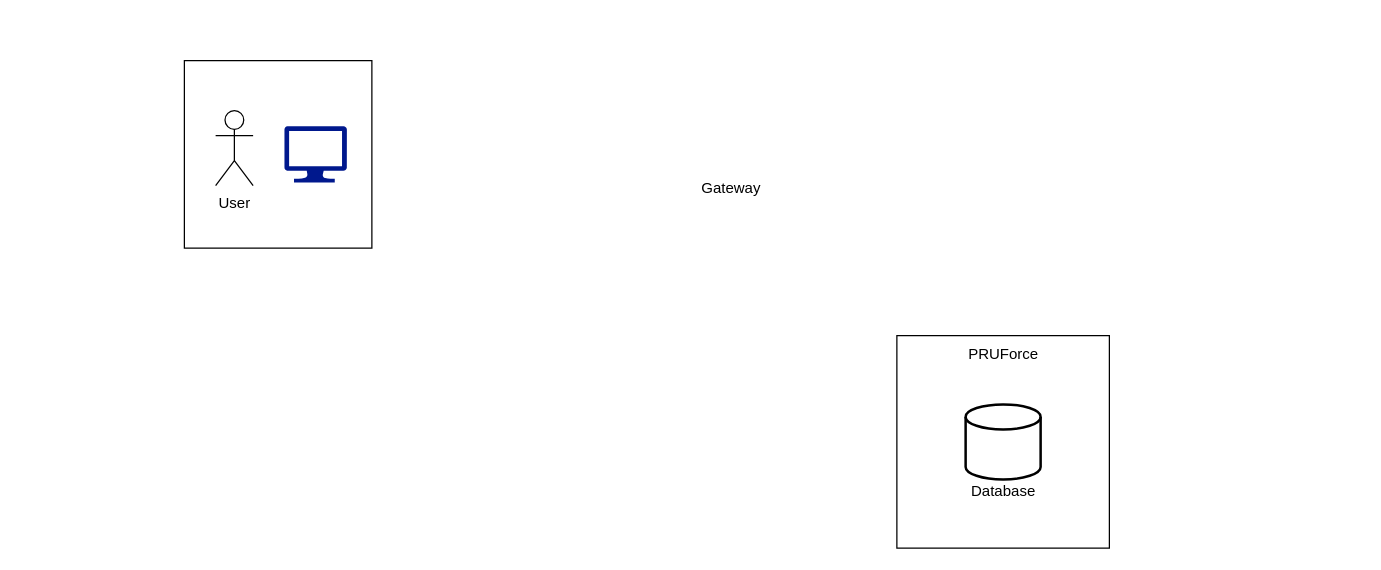
sovanminea/pru keeps this draw.io diagram as Untitled Diagram.drawio. Above is the earlier version. Source tidied: cells renumbered, new cells numbered last; positions are measured from the earlier drawing's top-left corner, leaving out a move shared by most shapes. Both pictures are drawn from the tidied source at 125%, with x=0, y=0 at pixel (184, 60). Pictures stored in the file or linked from it are replaced by grey dashed boxes.
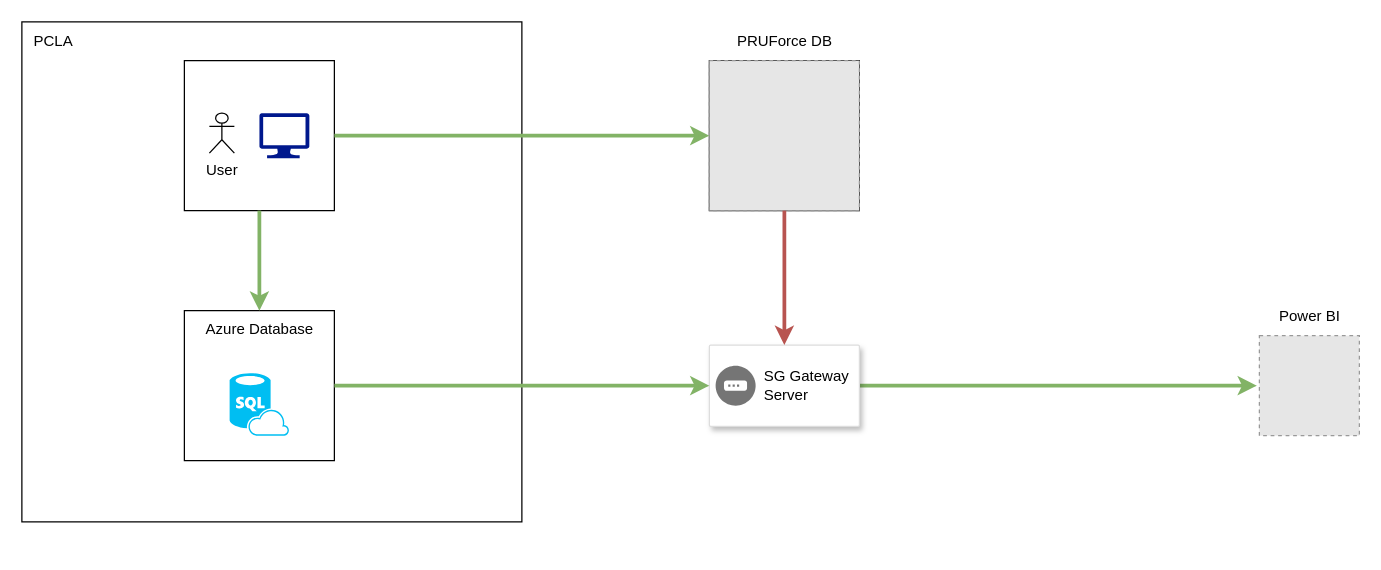
The same page after the edit.

The edit, as a diff of the source:
```diff
@@
-    <mxCell id="2" style="group;" parent="1" vertex="1">
-      <mxGeometry x="570" y="220" width="170" height="170" as="geometry" />
-    </mxCell>
-    <mxCell id="3" style="whiteSpace=wrap;html=1;" parent="2" vertex="1">
-      <mxGeometry width="170" height="170" as="geometry" />
-    </mxCell>
-    <mxCell id="4" style="strokeWidth=2;html=1;shape=mxgraph.flowchart.database;whiteSpace=wrap;" parent="2" vertex="1">
-      <mxGeometry x="55" y="55" width="60" height="60" as="geometry" />
-    </mxCell>
-    <mxCell id="5" value="PRUForce" style="text;html=1;align=center;verticalAlign=middle;strokeColor=none;fillColor=none;" parent="2" vertex="1">
-      <mxGeometry x="45" width="80" height="30" as="geometry" />
-    </mxCell>
-    <mxCell id="6" value="Database" style="text;html=1;align=center;verticalAlign=middle;strokeColor=none;fillColor=none;" parent="2" vertex="1">
-      <mxGeometry x="50" y="110" width="70" height="30" as="geometry" />
-    </mxCell>
+    <mxCell id="13" style="whiteSpace=wrap;html=1;sketch=0;fillColor=none;" parent="1" vertex="1">
+      <mxGeometry x="-130" y="-31" width="400" height="400" as="geometry" />
+    </mxCell>
-    <mxCell id="7" style="group;" parent="1" vertex="1">
-      <mxGeometry width="150" height="150" as="geometry" />
+    <mxCell id="7" style="group;fillColor=#FFFFFF;" parent="1" vertex="1">
+      <mxGeometry width="120" height="120" as="geometry" />
     </mxCell>
     <mxCell id="8" style="whiteSpace=wrap;html=1;fillColor=none;" parent="7" vertex="1">
-      <mxGeometry width="150" height="150" as="geometry" />
+      <mxGeometry width="120" height="120" as="geometry" />
     </mxCell>
     <mxCell id="9" value="User" style="shape=umlActor;verticalLabelPosition=bottom;verticalAlign=top;html=1;" parent="7" vertex="1">
-      <mxGeometry x="25" y="40" width="30" height="60" as="geometry" />
+      <mxGeometry x="20" y="42" width="20" height="32" as="geometry" />
     </mxCell>
     <mxCell id="10" style="sketch=0;shadow=0;dashed=0;html=1;strokeColor=none;labelPosition=center;verticalLabelPosition=bottom;verticalAlign=top;align=center;fillColor=#00188D;shape=mxgraph.azure.computer;" parent="7" vertex="1">
-      <mxGeometry x="80" y="52.5" width="50" height="45" as="geometry" />
+      <mxGeometry x="60" y="42" width="40" height="36" as="geometry" />
     </mxCell>
-    <mxCell id="11" style="strokeColor=#dddddd;shadow=1;strokeWidth=1;rounded=1;absoluteArcSize=1;arcSize=2;glass=0;sketch=0;fillStyle=cross-hatch;fillColor=#FFF4C3;opacity=0;" parent="1" vertex="1">
-      <mxGeometry x="370" y="80" width="100" height="44" as="geometry" />
-    </mxCell>
-    <mxCell id="12" value="Gateway" style="sketch=0;dashed=0;html=1;fillColor=#757575;strokeColor=none;shape=mxgraph.gcp2.gateway;labelPosition=right;verticalLabelPosition=middle;align=left;verticalAlign=middle;spacingLeft=5;fontSize=12;rounded=0;shadow=0;glass=0;fillStyle=cross-hatch;strokeWidth=5;opacity=0;" parent="11" vertex="1">
-      <mxGeometry y="0.5" width="32" height="32" relative="1" as="geometry">
-        <mxPoint x="5" y="-16" as="offset" />
-      </mxGeometry>
-    </mxCell>
+    <mxCell id="14" style="edgeStyle=orthogonalEdgeStyle;rounded=0;jettySize=auto;html=1;entryX=-0.025;entryY=0.5;entryDx=0;entryDy=0;entryPerimeter=0;fillColor=#d5e8d4;strokeColor=#82b366;strokeWidth=3;" parent="1" edge="1" source="15" target="18">
+      <mxGeometry relative="1" as="geometry" />
+    </mxCell>
+    <mxCell id="15" style="strokeColor=#dddddd;shadow=1;strokeWidth=1;rounded=1;absoluteArcSize=1;arcSize=2;" parent="1" vertex="1">
+      <mxGeometry x="420" y="227.5" width="120" height="65" as="geometry" />
+    </mxCell>
+    <mxCell id="16" value="SG Gateway&lt;br&gt;Server" style="sketch=0;dashed=0;html=1;fillColor=#757575;strokeColor=none;shape=mxgraph.gcp2.gateway;labelPosition=right;verticalLabelPosition=middle;align=left;verticalAlign=middle;spacingLeft=5;fontSize=12;" parent="15" vertex="1">
+      <mxGeometry y="0.5" width="32" height="32" relative="1" as="geometry">
+        <mxPoint x="5" y="-16" as="offset" />
+      </mxGeometry>
+    </mxCell>
+    <mxCell id="17" style="group;" parent="1" vertex="1">
+      <mxGeometry x="860" y="190" width="80" height="110" as="geometry" />
+    </mxCell>
+    <mxCell id="18" style="fillColor=#E6E6E6;strokeColor=#999999;dashed=1;verticalLabelPosition=bottom;labelBackgroundColor=default;verticalAlign=top;" parent="17" vertex="1">
+      <mxGeometry y="30" width="80" height="80" as="geometry" />
+    </mxCell>
+    <mxCell id="19" value="Power BI" style="text;html=1;align=center;verticalAlign=middle;strokeColor=none;fillColor=none;" parent="17" vertex="1">
+      <mxGeometry x="5" width="70" height="30" as="geometry" />
+    </mxCell>
+    <mxCell id="20" value="PCLA" style="text;html=1;align=center;verticalAlign=middle;strokeColor=none;fillColor=none;" parent="1" vertex="1">
+      <mxGeometry x="-130" y="-30" width="50" height="30" as="geometry" />
+    </mxCell>
+    <mxCell id="21" style="group;fontStyle=1;" parent="1" vertex="1">
+      <mxGeometry y="200" width="120" height="120" as="geometry" />
+    </mxCell>
+    <mxCell id="22" style="whiteSpace=wrap;html=1;sketch=0;fillColor=none;" parent="21" vertex="1">
+      <mxGeometry width="120" height="120" as="geometry" />
+    </mxCell>
+    <mxCell id="23" style="verticalLabelPosition=bottom;html=1;verticalAlign=top;align=center;strokeColor=none;fillColor=#00BEF2;shape=mxgraph.azure.sql_database_sql_azure;sketch=0;" parent="21" vertex="1">
+      <mxGeometry x="36.2" y="50" width="47.5" height="50" as="geometry" />
+    </mxCell>
+    <mxCell id="24" value="Azure Database" style="text;html=1;align=center;verticalAlign=middle;points=[];strokeColor=none;fillColor=none;" parent="21" vertex="1">
+      <mxGeometry x="5" width="110" height="30" as="geometry" />
+    </mxCell>
+    <mxCell id="25" style="group;fillColor=default;" parent="1" vertex="1">
+      <mxGeometry x="420" y="-30" width="120" height="150" as="geometry" />
+    </mxCell>
+    <mxCell id="26" style="group;" parent="25" vertex="1">
+      <mxGeometry y="30" width="120" height="120" as="geometry" />
+    </mxCell>
+    <mxCell id="27" style="whiteSpace=wrap;html=1;sketch=0;fillColor=none;" parent="26" vertex="1">
+      <mxGeometry width="120" height="120" as="geometry" />
+    </mxCell>
+    <mxCell id="28" style="fillColor=#E6E6E6;strokeColor=#999999;dashed=1;verticalLabelPosition=bottom;labelBackgroundColor=default;verticalAlign=top;" parent="26" vertex="1">
+      <mxGeometry width="120" height="120" as="geometry" />
+    </mxCell>
+    <mxCell id="29" value="PRUForce DB" style="text;html=1;align=center;verticalAlign=middle;strokeColor=none;fillColor=none;" parent="25" vertex="1">
+      <mxGeometry x="10" width="100" height="30" as="geometry" />
+    </mxCell>
+    <mxCell id="30" style="edgeStyle=orthogonalEdgeStyle;rounded=0;jettySize=auto;html=1;fillColor=#d5e8d4;strokeColor=#82b366;strokeWidth=3;" parent="1" edge="1" source="22" target="15">
+      <mxGeometry relative="1" as="geometry" />
+    </mxCell>
+    <mxCell id="31" style="edgeStyle=orthogonalEdgeStyle;rounded=0;jettySize=auto;html=1;fillColor=#f8cecc;strokeColor=#b85450;strokeWidth=3;" parent="1" edge="1" source="28" target="15">
+      <mxGeometry relative="1" as="geometry" />
+    </mxCell>
+    <mxCell id="32" style="edgeStyle=orthogonalEdgeStyle;rounded=0;jettySize=auto;html=1;entryX=0.5;entryY=0;entryDx=0;entryDy=0;entryPerimeter=0;fillColor=#d5e8d4;strokeColor=#82b366;strokeWidth=3;" parent="1" edge="1" source="8" target="24">
+      <mxGeometry relative="1" as="geometry" />
+    </mxCell>
+    <mxCell id="33" style="edgeStyle=orthogonalEdgeStyle;rounded=0;jettySize=auto;html=1;strokeWidth=3;fillColor=#d5e8d4;strokeColor=#82b366;" parent="1" edge="1" source="8" target="28">
+      <mxGeometry relative="1" as="geometry" />
+    </mxCell>
```
